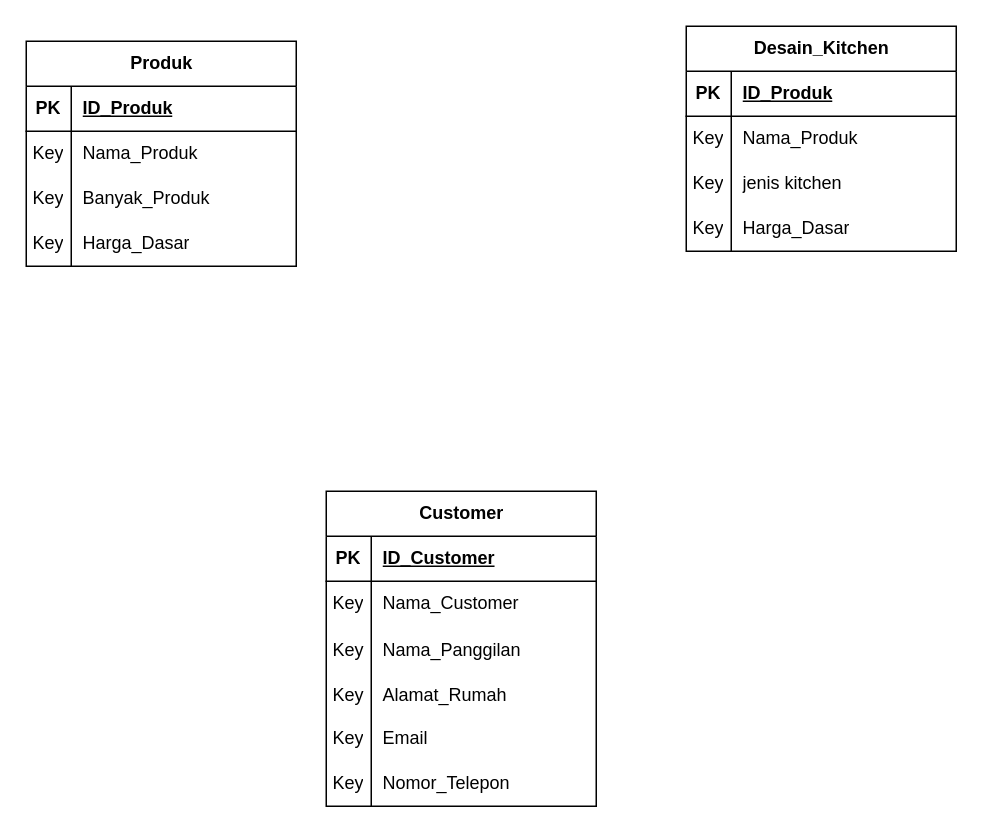
The draw.io diagram sistem-kitchen-set-interior.drawio in King-Ag-Jv/Project-Atrem, before the edit. Source tidied: cells renumbered, new cells numbered last; positions are measured from the earlier drawing's top-left corner, leaving out a move shared by most shapes. Both pictures are drawn from the tidied source at 150%, with x=0, y=0 at pixel (26, 26).
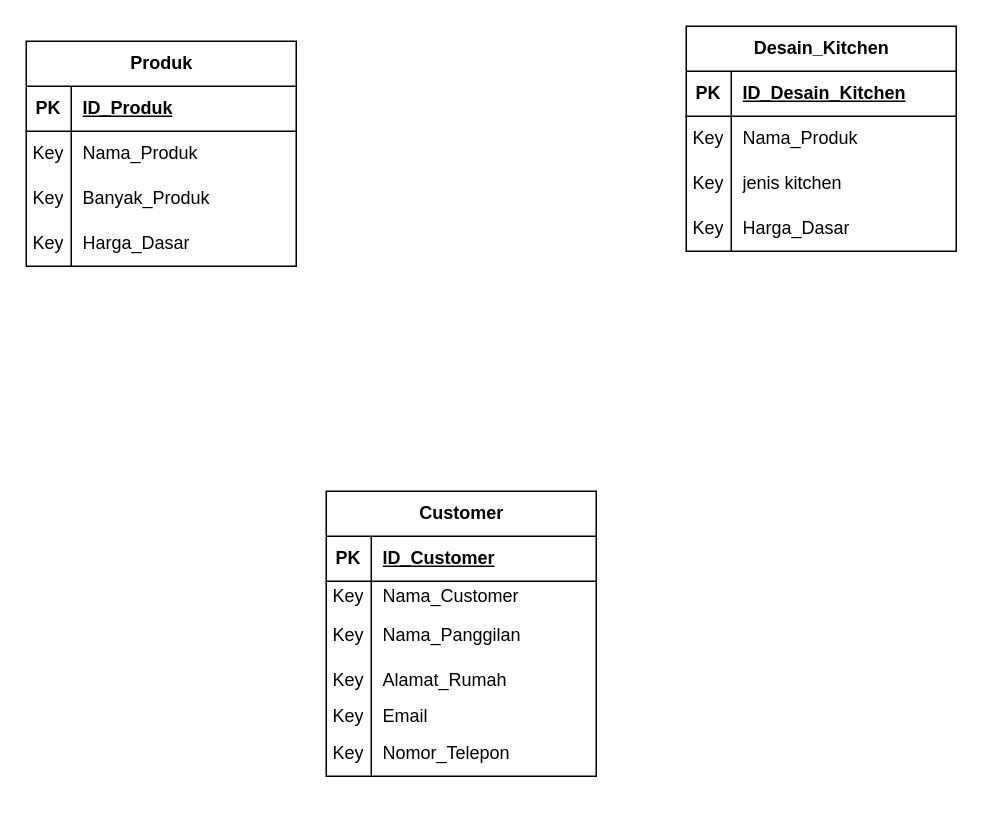
The same page after the edit.

The change refers to these unchanged cells:
```xml
<mxCell id="35" style="shape=tableRow;horizontal=0;startSize=0;swimlaneHead=0;swimlaneBody=0;fillColor=none;top=0;left=0;right=0;bottom=1;" parent="34" vertex="1">
  <mxGeometry y="30" width="180" height="30" as="geometry" />
</mxCell>
```

Change to the diagram source:
```diff
@@
     <mxCell id="15" value="Customer" style="shape=table;startSize=30;childLayout=tableLayout;rowLines=0;fontStyle=1;align=center;html=1;" parent="1" vertex="1">
-      <mxGeometry x="200" y="310" width="180" height="210" as="geometry" />
+      <mxGeometry x="200" y="310" width="180" height="190" as="geometry" />
     </mxCell>
@@
     <mxCell id="19" style="shape=tableRow;horizontal=0;startSize=0;swimlaneHead=0;swimlaneBody=0;fillColor=none;top=0;left=0;right=0;bottom=0;" parent="15" vertex="1">
-      <mxGeometry y="60" width="180" height="30" as="geometry" />
+      <mxGeometry y="60" width="180" height="20" as="geometry" />
     </mxCell>
     <mxCell id="20" value="Key" style="shape=partialRectangle;fillColor=none;top=0;left=0;bottom=0;right=0;overflow=hidden;whiteSpace=wrap;html=1;" parent="19" vertex="1">
-      <mxGeometry width="30" height="30" as="geometry" />
+      <mxGeometry width="30" height="20" as="geometry" />
     </mxCell>
     <mxCell id="21" value="Nama_Customer" style="shape=partialRectangle;fillColor=none;top=0;left=0;bottom=0;right=0;align=left;spacingLeft=6;overflow=hidden;whiteSpace=wrap;html=1;" parent="19" vertex="1">
-      <mxGeometry x="30" width="150" height="30" as="geometry" />
+      <mxGeometry x="30" width="150" height="20" as="geometry" />
     </mxCell>
     <mxCell id="22" style="shape=tableRow;horizontal=0;startSize=0;swimlaneHead=0;swimlaneBody=0;fillColor=none;top=0;left=0;right=0;bottom=0;" parent="15" vertex="1">
-      <mxGeometry y="90" width="180" height="30" as="geometry" />
+      <mxGeometry y="80" width="180" height="30" as="geometry" />
     </mxCell>
@@
     <mxCell id="25" style="shape=tableRow;horizontal=0;startSize=0;swimlaneHead=0;swimlaneBody=0;fillColor=none;top=0;left=0;right=0;bottom=0;" parent="15" vertex="1">
-      <mxGeometry y="120" width="180" height="30" as="geometry" />
+      <mxGeometry y="110" width="180" height="30" as="geometry" />
     </mxCell>
@@
     <mxCell id="28" style="shape=tableRow;horizontal=0;startSize=0;swimlaneHead=0;swimlaneBody=0;fillColor=none;top=0;left=0;right=0;bottom=0;" parent="15" vertex="1">
-      <mxGeometry y="150" width="180" height="30" as="geometry" />
+      <mxGeometry y="140" width="180" height="20" as="geometry" />
     </mxCell>
     <mxCell id="29" value="Key" style="shape=partialRectangle;fillColor=none;top=0;left=0;bottom=0;right=0;overflow=hidden;whiteSpace=wrap;html=1;" parent="28" vertex="1">
-      <mxGeometry width="30" height="30" as="geometry" />
+      <mxGeometry width="30" height="20" as="geometry" />
     </mxCell>
     <mxCell id="30" value="Email" style="shape=partialRectangle;fillColor=none;top=0;left=0;bottom=0;right=0;align=left;spacingLeft=6;overflow=hidden;whiteSpace=wrap;html=1;" parent="28" vertex="1">
-      <mxGeometry x="30" width="150" height="30" as="geometry" />
+      <mxGeometry x="30" width="150" height="20" as="geometry" />
     </mxCell>
     <mxCell id="31" style="shape=tableRow;horizontal=0;startSize=0;swimlaneHead=0;swimlaneBody=0;fillColor=none;top=0;left=0;right=0;bottom=0;" parent="15" vertex="1">
-      <mxGeometry y="180" width="180" height="30" as="geometry" />
+      <mxGeometry y="160" width="180" height="30" as="geometry" />
     </mxCell>
@@
-    <mxCell id="37" value="ID_Produk" style="shape=partialRectangle;fillColor=none;top=0;left=0;bottom=0;right=0;align=left;spacingLeft=6;fontStyle=5;overflow=hidden;whiteSpace=wrap;html=1;" parent="35" vertex="1">
+    <mxCell id="37" value="ID_Desain_Kitchen" style="shape=partialRectangle;fillColor=none;top=0;left=0;bottom=0;right=0;align=left;spacingLeft=6;fontStyle=5;overflow=hidden;whiteSpace=wrap;html=1;" parent="35" vertex="1">
       <mxGeometry x="30" width="150" height="30" as="geometry" />
     </mxCell>
```
